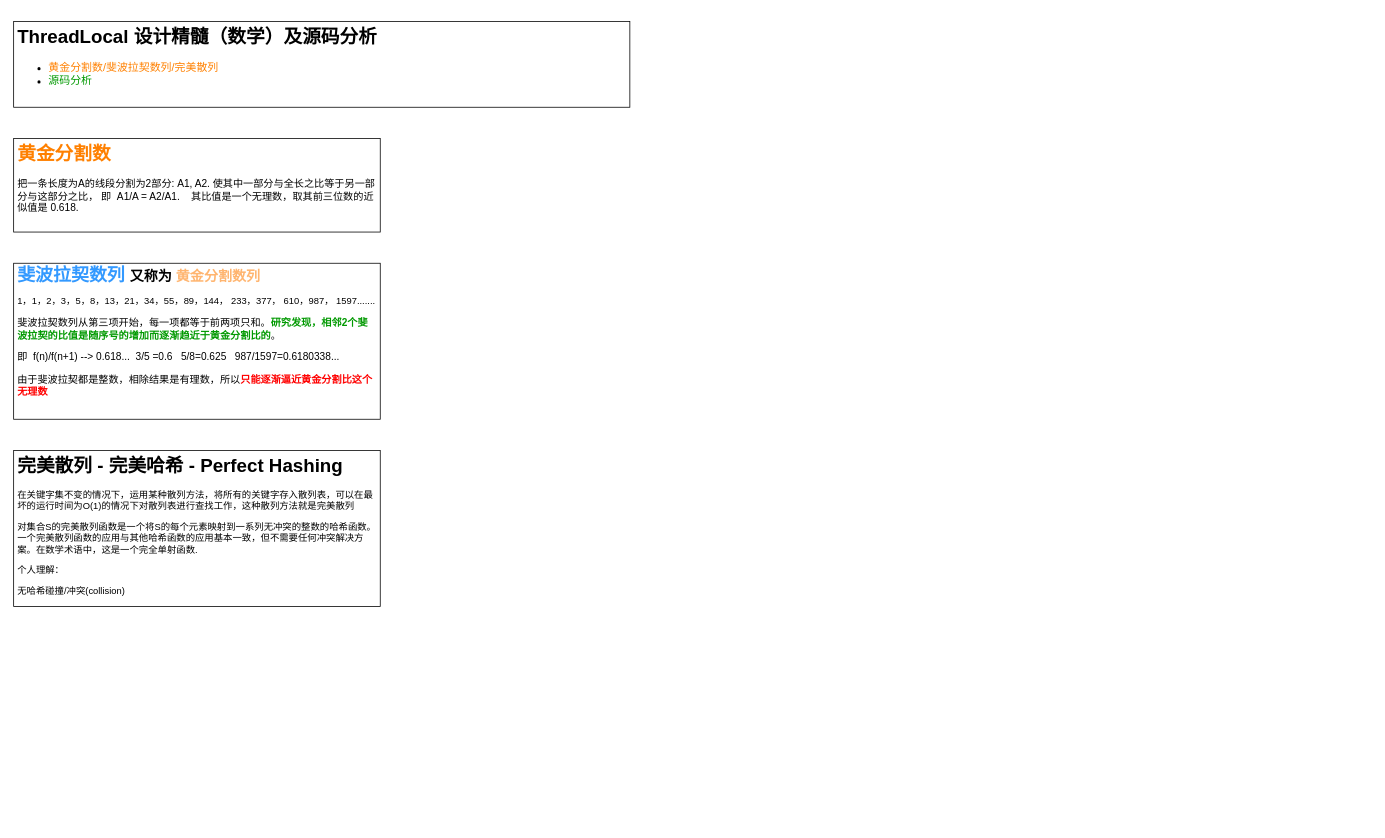
Above: ThreadLocal.drawio in bayern01kahn/Tech_Diagrams (draw.io), before the change. Source tidied: cells renumbered, new cells numbered last; positions are measured from the earlier drawing's top-left corner, leaving out a move shared by most shapes. Both pictures are drawn from the tidied source at 78%, with x=0, y=0 at pixel (13, 21).
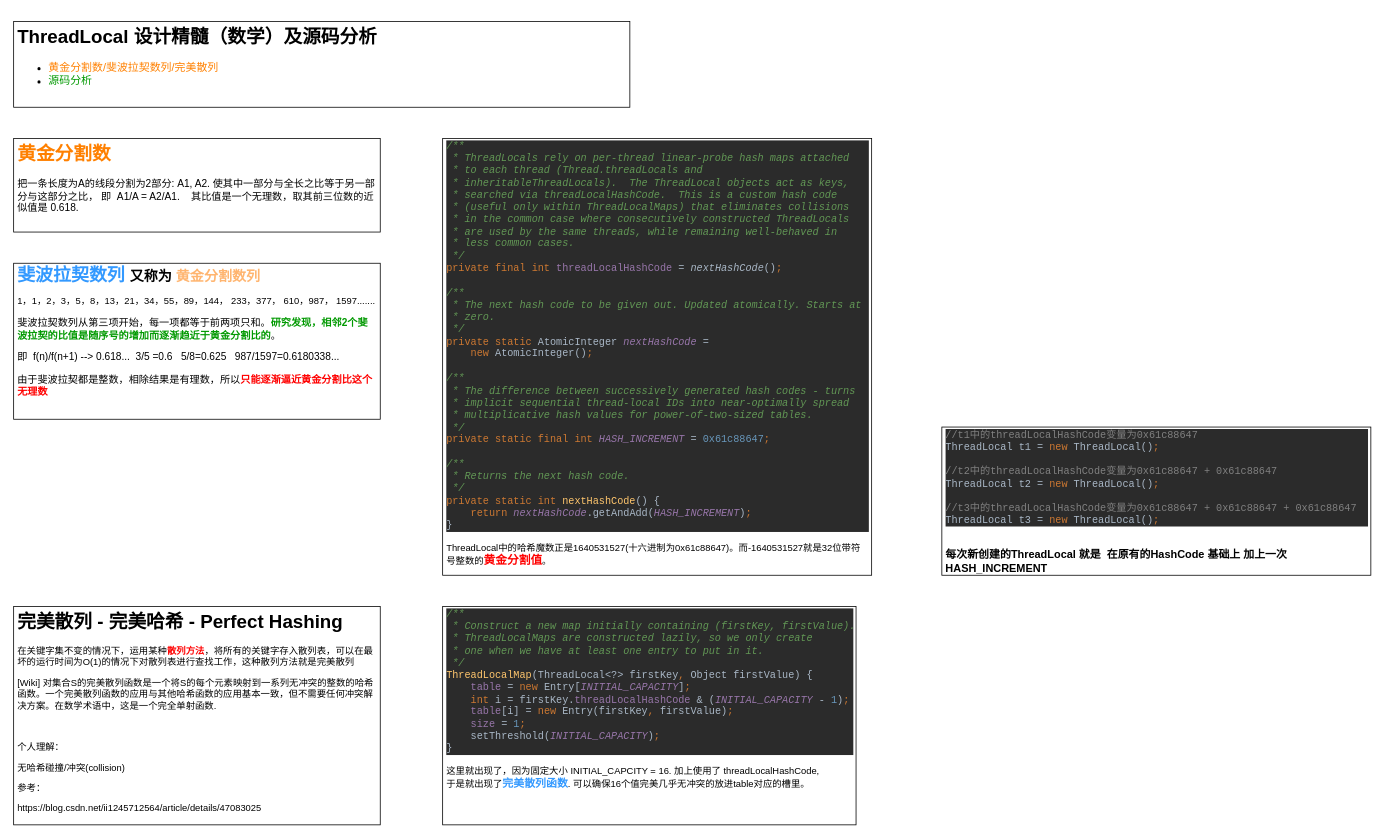
The same page after the edit.

Change to the diagram source:
```diff
@@
 <mxGraphModel>
   <root>
     <mxCell id="0" />
     <mxCell id="1" parent="0" />
     <mxCell id="2" value="&lt;h1&gt;ThreadLocal 设计精髓（数学）及源码分析&lt;/h1&gt;&lt;p&gt;&lt;/p&gt;&lt;ul&gt;&lt;li&gt;&lt;font style=&quot;font-size: 14px&quot; color=&quot;#ff8000&quot;&gt;黄金分割数/斐波拉契数列/完美散列&lt;/font&gt;&lt;/li&gt;&lt;li&gt;&lt;span style=&quot;font-size: 14px&quot;&gt;&lt;font color=&quot;#009900&quot;&gt;源码分析&lt;/font&gt;&lt;/span&gt;&lt;/li&gt;&lt;/ul&gt;&lt;p&gt;&lt;/p&gt;" style="text;html=1;spacing=5;spacingTop=-20;whiteSpace=wrap;overflow=hidden;rounded=0;fillColor=#ffffff;strokeColor=#000000;" parent="1" vertex="1">
       <mxGeometry width="790" height="110" as="geometry" />
     </mxCell>
     <mxCell id="3" value="&lt;h1&gt;&lt;font color=&quot;#ff8000&quot;&gt;黄金分割数&lt;/font&gt;&lt;/h1&gt;&lt;p&gt;&lt;font style=&quot;font-size: 13px&quot;&gt;把一条长度为A的线段分割为2部分: A1, A2. 使其中一部分与全长之比等于另一部分与这部分之比， 即&amp;nbsp; A1/A = A2/A1.&amp;nbsp; &amp;nbsp; 其比值是一个无理数，取其前三位数的近似值是 0.618.&lt;/font&gt;&lt;/p&gt;" style="text;html=1;spacing=5;spacingTop=-20;whiteSpace=wrap;overflow=hidden;rounded=0;fillColor=#ffffff;strokeColor=#000000;" parent="1" vertex="1">
       <mxGeometry y="150" width="470" height="120" as="geometry" />
     </mxCell>
     <mxCell id="4" value="&lt;h1 style=&quot;font-size: 18px&quot;&gt;&lt;span style=&quot;font-size: 23px&quot;&gt;&lt;font color=&quot;#3399ff&quot;&gt;斐波拉契数列&lt;/font&gt; &lt;/span&gt;&lt;font style=&quot;font-size: 18px&quot;&gt;又称为 &lt;font color=&quot;#ffb570&quot;&gt;黄金分割数列&lt;/font&gt;&lt;/font&gt;&lt;/h1&gt;&lt;p&gt;&lt;font style=&quot;font-size: 12px&quot;&gt;1，1，2，3，5，8，13，21，34，55，89，144， 233，377， 610，987， 1597.......&lt;/font&gt;&lt;/p&gt;&lt;p style=&quot;font-size: 13px&quot;&gt;&lt;font style=&quot;font-size: 13px&quot;&gt;斐波拉契数列从第三项开始，每一项都等于前两项只和。&lt;b&gt;&lt;font color=&quot;#009900&quot; style=&quot;font-size: 13px&quot;&gt;研究发现，相邻2个斐波拉契的比值是随序号的增加而逐渐趋近于黄金分割比的&lt;/font&gt;&lt;/b&gt;。&amp;nbsp;&lt;/font&gt;&lt;/p&gt;&lt;p style=&quot;font-size: 13px&quot;&gt;即&amp;nbsp; f(n)/f(n+1) --&amp;gt; 0.618...&amp;nbsp;&amp;nbsp;&lt;span&gt;3/5 =0.6&amp;nbsp; &amp;nbsp;5/8=0.625&amp;nbsp; &amp;nbsp;987/1597=0.6180338...&amp;nbsp; &amp;nbsp; &amp;nbsp;&lt;/span&gt;&lt;/p&gt;&lt;p style=&quot;font-size: 13px&quot;&gt;由于斐波拉契都是整数，相除结果是有理数，所以&lt;b&gt;&lt;font color=&quot;#ff0000&quot; style=&quot;font-size: 13px&quot;&gt;只能逐渐逼近黄金分割比这个无理数&lt;/font&gt;&lt;/b&gt;&lt;/p&gt;&lt;p&gt;&lt;br&gt;&lt;/p&gt;" style="text;html=1;spacing=5;spacingTop=-20;whiteSpace=wrap;overflow=hidden;rounded=0;fillColor=#ffffff;strokeColor=#000000;" parent="1" vertex="1">
       <mxGeometry y="310" width="470" height="200" as="geometry" />
     </mxCell>
-    <mxCell id="5" value="&lt;h1&gt;完美散列 - 完美哈希 - Perfect Hashing&lt;/h1&gt;&lt;p&gt;在关键字集不变的情况下，运用某种散列方法，将所有的关键字存入散列表，可以在最坏的运行时间为O(1)的情况下对散列表进行查找工作，这种散列方法就是完美散列&lt;/p&gt;&lt;p&gt;对集合S的完美散列函数是一个将S的每个元素映射到一系列无冲突的整数的哈希函数。一个完美散列函数的应用与其他哈希函数的应用基本一致，但不需要任何冲突解决方案。在数学术语中，这是一个完全单射函数.&lt;br&gt;&lt;/p&gt;&lt;p&gt;个人理解：&lt;/p&gt;&lt;p&gt;无哈希碰撞/冲突(collision)&lt;/p&gt;" style="text;html=1;spacing=5;spacingTop=-20;whiteSpace=wrap;overflow=hidden;rounded=0;fillColor=#ffffff;strokeColor=#000000;" parent="1" vertex="1">
-      <mxGeometry y="550" width="470" height="200" as="geometry" />
+    <mxCell id="5" value="&lt;h1&gt;完美散列 - 完美哈希 - Perfect Hashing&lt;/h1&gt;&lt;p&gt;在关键字集不变的情况下，运用某种&lt;b&gt;&lt;font color=&quot;#ff0000&quot;&gt;散列方法&lt;/font&gt;&lt;/b&gt;，将所有的关键字存入散列表，可以在最坏的运行时间为O(1)的情况下对散列表进行查找工作，这种散列方法就是完美散列&lt;/p&gt;&lt;p&gt;[Wiki] 对集合S的完美散列函数是一个将S的每个元素映射到一系列无冲突的整数的哈希函数。一个完美散列函数的应用与其他哈希函数的应用基本一致，但不需要任何冲突解决方案。在数学术语中，这是一个完全单射函数.&lt;/p&gt;&lt;p&gt;&lt;br&gt;&lt;/p&gt;&lt;p&gt;个人理解：&lt;/p&gt;&lt;p&gt;无哈希碰撞/冲突(collision)&lt;/p&gt;&lt;p&gt;参考：&lt;/p&gt;&lt;p&gt;https://blog.csdn.net/ii1245712564/article/details/47083025&lt;br&gt;&lt;/p&gt;" style="text;html=1;spacing=5;spacingTop=-20;whiteSpace=wrap;overflow=hidden;rounded=0;fillColor=#ffffff;strokeColor=#000000;" parent="1" vertex="1">
+      <mxGeometry y="750" width="470" height="280" as="geometry" />
     </mxCell>
+    <mxCell id="6" value="&lt;pre style=&quot;background-color: #2b2b2b ; color: #a9b7c6 ; font-family: &amp;#34;jetbrains mono&amp;#34; , monospace ; font-size: 9.8pt&quot;&gt;&lt;span style=&quot;color: #629755 ; font-style: italic&quot;&gt;/**&lt;br&gt;&lt;/span&gt;&lt;span style=&quot;color: #629755 ; font-style: italic&quot;&gt; * Construct a new map initially containing (firstKey, firstValue).&lt;br&gt;&lt;/span&gt;&lt;span style=&quot;color: #629755 ; font-style: italic&quot;&gt; * ThreadLocalMaps are constructed lazily, so we only create&lt;br&gt;&lt;/span&gt;&lt;span style=&quot;color: #629755 ; font-style: italic&quot;&gt; * one when we have at least one entry to put in it.&lt;br&gt;&lt;/span&gt;&lt;span style=&quot;color: #629755 ; font-style: italic&quot;&gt; */&lt;br&gt;&lt;/span&gt;&lt;span style=&quot;color: #ffc66d&quot;&gt;ThreadLocalMap&lt;/span&gt;(ThreadLocal&amp;lt;?&amp;gt; firstKey&lt;span style=&quot;color: #cc7832&quot;&gt;, &lt;/span&gt;Object firstValue) {&lt;br&gt;    &lt;span style=&quot;color: #9876aa&quot;&gt;table &lt;/span&gt;= &lt;span style=&quot;color: #cc7832&quot;&gt;new &lt;/span&gt;Entry[&lt;span style=&quot;color: #9876aa ; font-style: italic&quot;&gt;INITIAL_CAPACITY&lt;/span&gt;]&lt;span style=&quot;color: #cc7832&quot;&gt;;&lt;br&gt;&lt;/span&gt;&lt;span style=&quot;color: #cc7832&quot;&gt;    int &lt;/span&gt;i = firstKey.&lt;span style=&quot;color: #9876aa&quot;&gt;threadLocalHashCode &lt;/span&gt;&amp;amp; (&lt;span style=&quot;color: #9876aa ; font-style: italic&quot;&gt;INITIAL_CAPACITY &lt;/span&gt;- &lt;span style=&quot;color: #6897bb&quot;&gt;1&lt;/span&gt;)&lt;span style=&quot;color: #cc7832&quot;&gt;;&lt;br&gt;&lt;/span&gt;&lt;span style=&quot;color: #cc7832&quot;&gt;    &lt;/span&gt;&lt;span style=&quot;color: #9876aa&quot;&gt;table&lt;/span&gt;[i] = &lt;span style=&quot;color: #cc7832&quot;&gt;new &lt;/span&gt;Entry(firstKey&lt;span style=&quot;color: #cc7832&quot;&gt;, &lt;/span&gt;firstValue)&lt;span style=&quot;color: #cc7832&quot;&gt;;&lt;br&gt;&lt;/span&gt;&lt;span style=&quot;color: #cc7832&quot;&gt;    &lt;/span&gt;&lt;span style=&quot;color: #9876aa&quot;&gt;size &lt;/span&gt;= &lt;span style=&quot;color: #6897bb&quot;&gt;1&lt;/span&gt;&lt;span style=&quot;color: #cc7832&quot;&gt;;&lt;br&gt;&lt;/span&gt;&lt;span style=&quot;color: #cc7832&quot;&gt;    &lt;/span&gt;setThreshold(&lt;span style=&quot;color: #9876aa ; font-style: italic&quot;&gt;INITIAL_CAPACITY&lt;/span&gt;)&lt;span style=&quot;color: #cc7832&quot;&gt;;&lt;br&gt;&lt;/span&gt;}&lt;/pre&gt;这里就出现了，因为固定大小 INITIAL_CAPCITY = 16. 加上使用了 threadLocalHashCode,&lt;br&gt;于是就出现了&lt;b&gt;&lt;font style=&quot;font-size: 14px&quot; color=&quot;#3399ff&quot;&gt;完美散列函数&lt;/font&gt;&lt;/b&gt;. 可以确保16个值完美几乎无冲突的放进table对应的槽里。&lt;br&gt;&lt;br&gt;" style="text;html=1;spacing=5;spacingTop=-20;whiteSpace=wrap;overflow=hidden;rounded=0;shadow=0;fillColor=#ffffff;strokeColor=#000000;" parent="1" vertex="1">
+      <mxGeometry x="550" y="750" width="530" height="280" as="geometry" />
+    </mxCell>
+    <mxCell id="7" value="&lt;pre style=&quot;background-color: #2b2b2b ; color: #a9b7c6 ; font-family: &amp;#34;jetbrains mono&amp;#34; , monospace ; font-size: 9.8pt&quot;&gt;&lt;/pre&gt;&lt;pre style=&quot;background-color: #2b2b2b ; color: #a9b7c6 ; font-family: &amp;#34;jetbrains mono&amp;#34; , monospace ; font-size: 9.8pt&quot;&gt;&lt;/pre&gt;&lt;pre style=&quot;background-color: #2b2b2b ; color: #a9b7c6 ; font-family: &amp;#34;jetbrains mono&amp;#34; , monospace ; font-size: 9.8pt&quot;&gt;&lt;span style=&quot;color: #629755 ; font-style: italic&quot;&gt;/**&lt;br&gt;&lt;/span&gt;&lt;span style=&quot;color: #629755 ; font-style: italic&quot;&gt; * ThreadLocals rely on per-thread linear-probe hash maps attached&lt;br&gt;&lt;/span&gt;&lt;span style=&quot;color: #629755 ; font-style: italic&quot;&gt; * to each thread (Thread.threadLocals and&lt;br&gt;&lt;/span&gt;&lt;span style=&quot;color: #629755 ; font-style: italic&quot;&gt; * inheritableThreadLocals).  The ThreadLocal objects act as keys,&lt;br&gt;&lt;/span&gt;&lt;span style=&quot;color: #629755 ; font-style: italic&quot;&gt; * searched via threadLocalHashCode.  This is a custom hash code&lt;br&gt;&lt;/span&gt;&lt;span style=&quot;color: #629755 ; font-style: italic&quot;&gt; * (useful only within ThreadLocalMaps) that eliminates collisions&lt;br&gt;&lt;/span&gt;&lt;span style=&quot;color: #629755 ; font-style: italic&quot;&gt; * in the common case where consecutively constructed ThreadLocals&lt;br&gt;&lt;/span&gt;&lt;span style=&quot;color: #629755 ; font-style: italic&quot;&gt; * are used by the same threads, while remaining well-behaved in&lt;br&gt;&lt;/span&gt;&lt;span style=&quot;color: #629755 ; font-style: italic&quot;&gt; * less common cases.&lt;br&gt;&lt;/span&gt;&lt;span style=&quot;color: #629755 ; font-style: italic&quot;&gt; */&lt;br&gt;&lt;/span&gt;&lt;span style=&quot;color: #cc7832&quot;&gt;private final int &lt;/span&gt;&lt;span style=&quot;color: #9876aa&quot;&gt;threadLocalHashCode &lt;/span&gt;= &lt;span style=&quot;font-style: italic&quot;&gt;nextHashCode&lt;/span&gt;()&lt;span style=&quot;color: #cc7832&quot;&gt;;&lt;br&gt;&lt;/span&gt;&lt;span style=&quot;color: #cc7832&quot;&gt;&lt;br&gt;&lt;/span&gt;&lt;span style=&quot;color: #629755 ; font-style: italic&quot;&gt;/**&lt;br&gt;&lt;/span&gt;&lt;span style=&quot;color: #629755 ; font-style: italic&quot;&gt; * The next hash code to be given out. Updated atomically. Starts at&lt;br&gt;&lt;/span&gt;&lt;span style=&quot;color: #629755 ; font-style: italic&quot;&gt; * zero.&lt;br&gt;&lt;/span&gt;&lt;span style=&quot;color: #629755 ; font-style: italic&quot;&gt; */&lt;br&gt;&lt;/span&gt;&lt;span style=&quot;color: #cc7832&quot;&gt;private static &lt;/span&gt;AtomicInteger &lt;span style=&quot;color: #9876aa ; font-style: italic&quot;&gt;nextHashCode &lt;/span&gt;=&lt;br&gt;    &lt;span style=&quot;color: #cc7832&quot;&gt;new &lt;/span&gt;AtomicInteger()&lt;span style=&quot;color: #cc7832&quot;&gt;;&lt;br&gt;&lt;/span&gt;&lt;span style=&quot;color: #cc7832&quot;&gt;&lt;br&gt;&lt;/span&gt;&lt;span style=&quot;color: #629755 ; font-style: italic&quot;&gt;/**&lt;br&gt;&lt;/span&gt;&lt;span style=&quot;color: #629755 ; font-style: italic&quot;&gt; * The difference between successively generated hash codes - turns&lt;br&gt;&lt;/span&gt;&lt;span style=&quot;color: #629755 ; font-style: italic&quot;&gt; * implicit sequential thread-local IDs into near-optimally spread&lt;br&gt;&lt;/span&gt;&lt;span style=&quot;color: #629755 ; font-style: italic&quot;&gt; * multiplicative hash values for power-of-two-sized tables.&lt;br&gt;&lt;/span&gt;&lt;span style=&quot;color: #629755 ; font-style: italic&quot;&gt; */&lt;br&gt;&lt;/span&gt;&lt;span style=&quot;color: #cc7832&quot;&gt;private static final int &lt;/span&gt;&lt;span style=&quot;color: #9876aa ; font-style: italic&quot;&gt;HASH_INCREMENT &lt;/span&gt;= &lt;span style=&quot;color: #6897bb&quot;&gt;0x61c88647&lt;/span&gt;&lt;span style=&quot;color: #cc7832&quot;&gt;;&lt;br&gt;&lt;/span&gt;&lt;span style=&quot;color: #cc7832&quot;&gt;&lt;br&gt;&lt;/span&gt;&lt;span style=&quot;color: #629755 ; font-style: italic&quot;&gt;/**&lt;br&gt;&lt;/span&gt;&lt;span style=&quot;color: #629755 ; font-style: italic&quot;&gt; * Returns the next hash code.&lt;br&gt;&lt;/span&gt;&lt;span style=&quot;color: #629755 ; font-style: italic&quot;&gt; */&lt;br&gt;&lt;/span&gt;&lt;span style=&quot;color: #cc7832&quot;&gt;private static int &lt;/span&gt;&lt;span style=&quot;color: #ffc66d&quot;&gt;nextHashCode&lt;/span&gt;() {&lt;br&gt;    &lt;span style=&quot;color: #cc7832&quot;&gt;return &lt;/span&gt;&lt;span style=&quot;color: #9876aa ; font-style: italic&quot;&gt;nextHashCode&lt;/span&gt;.getAndAdd(&lt;span style=&quot;color: #9876aa ; font-style: italic&quot;&gt;HASH_INCREMENT&lt;/span&gt;)&lt;span style=&quot;color: #cc7832&quot;&gt;;&lt;br&gt;&lt;/span&gt;}&lt;/pre&gt;ThreadLocal中的哈希魔数正是1640531527(十六进制为0x61c88647)。而-1640531527就是32位带符号整数的&lt;b&gt;&lt;font color=&quot;#ff0000&quot; style=&quot;font-size: 15px&quot;&gt;黄金分割值&lt;/font&gt;&lt;/b&gt;。&lt;br&gt;" style="text;html=1;spacing=5;spacingTop=-20;whiteSpace=wrap;overflow=hidden;rounded=0;shadow=0;fillColor=#ffffff;strokeColor=#000000;" parent="1" vertex="1">
+      <mxGeometry x="550" y="150" width="550" height="560" as="geometry" />
+    </mxCell>
+    <mxCell id="8" value="&lt;pre style=&quot;background-color: #2b2b2b ; color: #a9b7c6 ; font-family: &amp;#34;jetbrains mono&amp;#34; , monospace ; font-size: 9.8pt&quot;&gt;&lt;span style=&quot;color: #808080&quot;&gt;//t1中的threadLocalHashCode变量为0x61c88647&lt;br&gt;&lt;/span&gt;ThreadLocal t1 = &lt;span style=&quot;color: #cc7832&quot;&gt;new &lt;/span&gt;ThreadLocal()&lt;span style=&quot;color: #cc7832&quot;&gt;;&lt;br&gt;&lt;/span&gt;&lt;span style=&quot;color: #cc7832&quot;&gt;&lt;br&gt;&lt;/span&gt;&lt;span style=&quot;color: #808080&quot;&gt;//t2中的threadLocalHashCode变量为0x61c88647 + 0x61c88647&lt;br&gt;&lt;/span&gt;ThreadLocal t2 = &lt;span style=&quot;color: #cc7832&quot;&gt;new &lt;/span&gt;ThreadLocal()&lt;span style=&quot;color: #cc7832&quot;&gt;;&lt;br&gt;&lt;/span&gt;&lt;span style=&quot;color: #cc7832&quot;&gt;&lt;br&gt;&lt;/span&gt;&lt;span style=&quot;color: #808080&quot;&gt;//t3中的threadLocalHashCode变量为0x61c88647 + 0x61c88647 + 0x61c88647&lt;br&gt;&lt;/span&gt;ThreadLocal t3 = &lt;span style=&quot;color: #cc7832&quot;&gt;new &lt;/span&gt;ThreadLocal()&lt;span style=&quot;color: #cc7832&quot;&gt;;&lt;/span&gt;&lt;/pre&gt;&lt;font color=&quot;#808080&quot;&gt;&lt;br&gt;&lt;/font&gt;&lt;font style=&quot;font-size: 14px&quot;&gt;&lt;b&gt;每次新创建的ThreadLocal 就是&amp;nbsp; 在原有的HashCode 基础上 加上一次 HASH_INCREMENT&lt;/b&gt;&lt;/font&gt;&lt;br&gt;" style="text;html=1;spacing=5;spacingTop=-20;whiteSpace=wrap;overflow=hidden;rounded=0;shadow=0;fillColor=#ffffff;strokeColor=#000000;" parent="1" vertex="1">
+      <mxGeometry x="1190" y="520" width="550" height="190" as="geometry" />
+    </mxCell>
   </root>
 </mxGraphModel>
```
